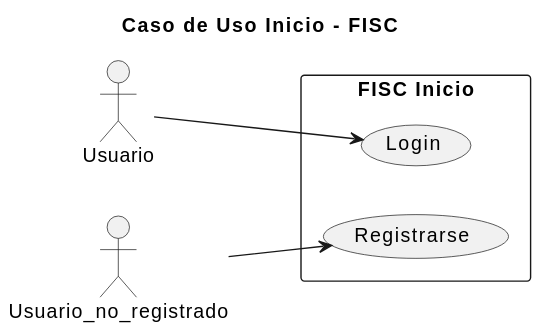
Before: imagenes/casosDeUso/casoUsoInicio.svg, a diagram exported from PlantUML (mmasias/23-24-IdSw1-SDR).
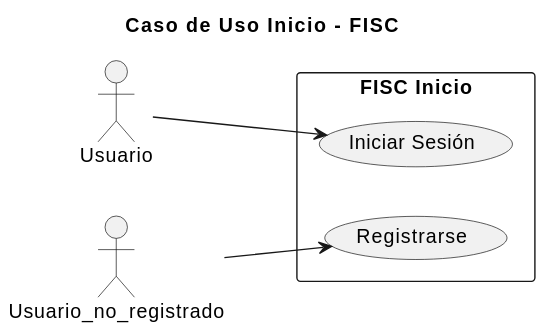
Above is the later version.

The edit, as a diff of the source:
```diff
@@ -7,10 +7,10 @@
 actor Usuario_no_registrado as user1
 
 rectangle "FISC Inicio" {
-    usecase "Login" as login
+    usecase "Iniciar Sesión" as iniciosesion
     usecase "Registrarse" as registro
 }
 
-user --> login : ""
+user --> iniciosesion : ""
 user1 --> registro : ""
 @enduml
```
